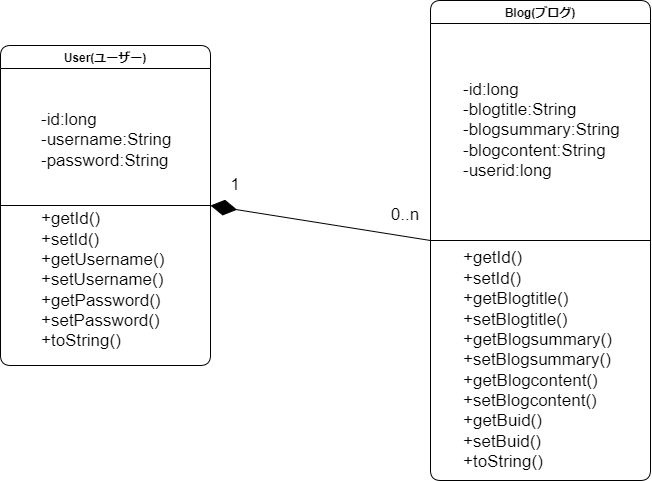
Before: graph/class-Page-4.drawio.png, a diagram exported from draw.io (shitsumazyo/TestWeb). Source tidied: cells renumbered, new cells last; positions are measured from the earlier drawing's top-left corner, leaving out a move shared by most shapes.
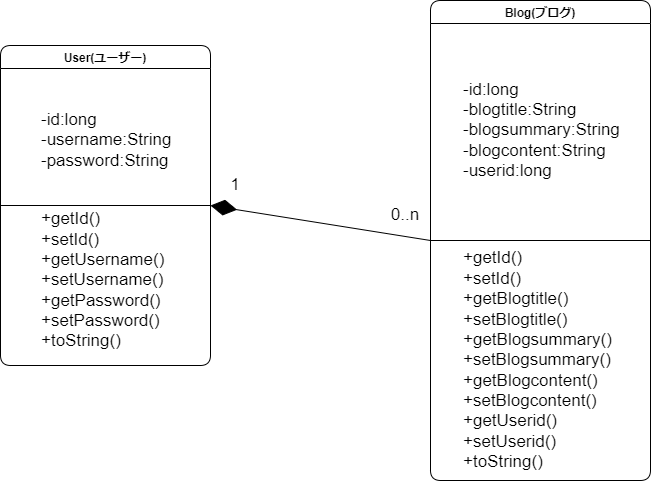
After the commit.

What changed in the source:
```diff
@@ -20,7 +20,7 @@
     <mxCell id="7" value="&lt;div style=&quot;&quot;&gt;&lt;span style=&quot;font-size: 17px; background-color: initial;&quot;&gt;-id:long&amp;nbsp; &amp;nbsp; &amp;nbsp; &amp;nbsp; &amp;nbsp; &amp;nbsp; &amp;nbsp; &amp;nbsp; &amp;nbsp; &amp;nbsp; &amp;nbsp; &amp;nbsp;&lt;/span&gt;&lt;/div&gt;&lt;font style=&quot;font-size: 17px;&quot;&gt;&lt;div style=&quot;&quot;&gt;&lt;span style=&quot;background-color: initial;&quot;&gt;-blogtitle:String&amp;nbsp; &amp;nbsp; &amp;nbsp; &amp;nbsp; &amp;nbsp; &amp;nbsp;&lt;/span&gt;&lt;/div&gt;&lt;div style=&quot;&quot;&gt;&lt;span style=&quot;background-color: initial;&quot;&gt;-blogsummary:String&amp;nbsp;&lt;/span&gt;&lt;/div&gt;&lt;div style=&quot;&quot;&gt;&lt;span style=&quot;background-color: initial;&quot;&gt;-blogcontent:String&amp;nbsp; &amp;nbsp;&amp;nbsp;&lt;/span&gt;&lt;/div&gt;&lt;div style=&quot;&quot;&gt;&lt;span style=&quot;background-color: initial;&quot;&gt;-userid:long&amp;nbsp; &amp;nbsp; &amp;nbsp;&lt;/span&gt;&lt;/div&gt;&lt;/font&gt;" style="rounded=1;whiteSpace=wrap;html=1;shadow=0;glass=0;sketch=0;fillColor=none;gradientColor=none;strokeColor=none;align=left;" parent="6" vertex="1">
       <mxGeometry x="31.2" y="55" width="188.8" height="150" as="geometry" />
     </mxCell>
-    <mxCell id="8" value="+getId()&lt;br&gt;+setId()&lt;br&gt;+getBlogtitle()&lt;br&gt;+setBlogtitle()&lt;br&gt;+getBlogsummary()&lt;br&gt;+setBlogsummary()&lt;br&gt;+getBlogcontent()&lt;br&gt;+setBlogcontent()&lt;br&gt;+getBuid()&lt;br&gt;+setBuid()&lt;br&gt;+toString()" style="rounded=0;whiteSpace=wrap;html=1;shadow=0;glass=0;sketch=0;fontSize=17;fillColor=none;gradientColor=none;align=left;strokeColor=none;" parent="6" vertex="1">
+    <mxCell id="8" value="+getId()&lt;br&gt;+setId()&lt;br&gt;+getBlogtitle()&lt;br&gt;+setBlogtitle()&lt;br&gt;+getBlogsummary()&lt;br&gt;+setBlogsummary()&lt;br&gt;+getBlogcontent()&lt;br&gt;+setBlogcontent()&lt;br&gt;+getUserid()&lt;br&gt;+setUserid()&lt;br&gt;+toString()" style="rounded=0;whiteSpace=wrap;html=1;shadow=0;glass=0;sketch=0;fontSize=17;fillColor=none;gradientColor=none;align=left;strokeColor=none;" parent="6" vertex="1">
       <mxGeometry x="31.2" y="240" width="170" height="240" as="geometry" />
     </mxCell>
     <mxCell id="9" style="endArrow=none;html=1;rounded=0;exitX=0;exitY=0.5;exitDx=0;exitDy=0;entryX=1;entryY=0.5;entryDx=0;entryDy=0;" parent="1" edge="1" source="6" target="6">
```
